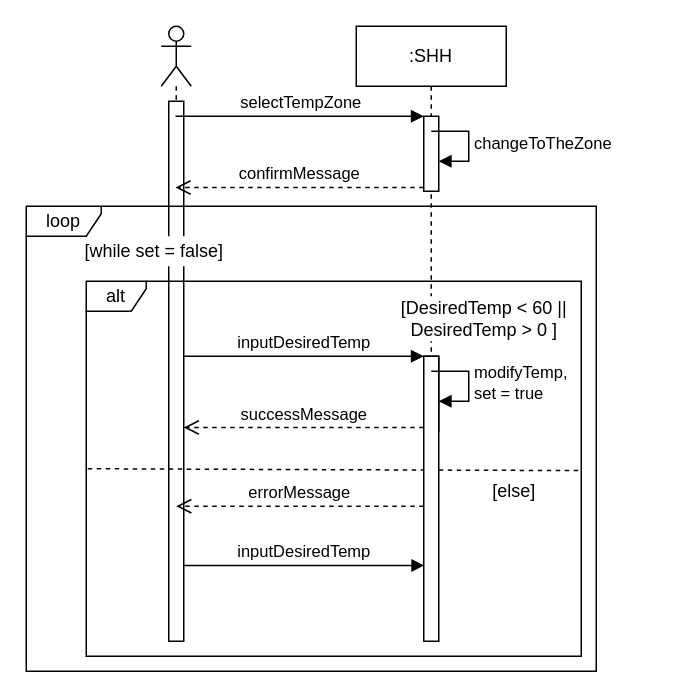
Earlier version of the draw.io diagram page "SetTempForZone/Room" (1 of 2) of diagrams/SequenceDiagramsD3.drawio (DGovi/soen343house). Source tidied: cells renumbered, new cells numbered last; positions are measured from the earlier drawing's top-left corner, leaving out a move shared by most shapes. Both pictures are drawn from the tidied source at 150%, with x=0, y=0 at pixel (26, 26).
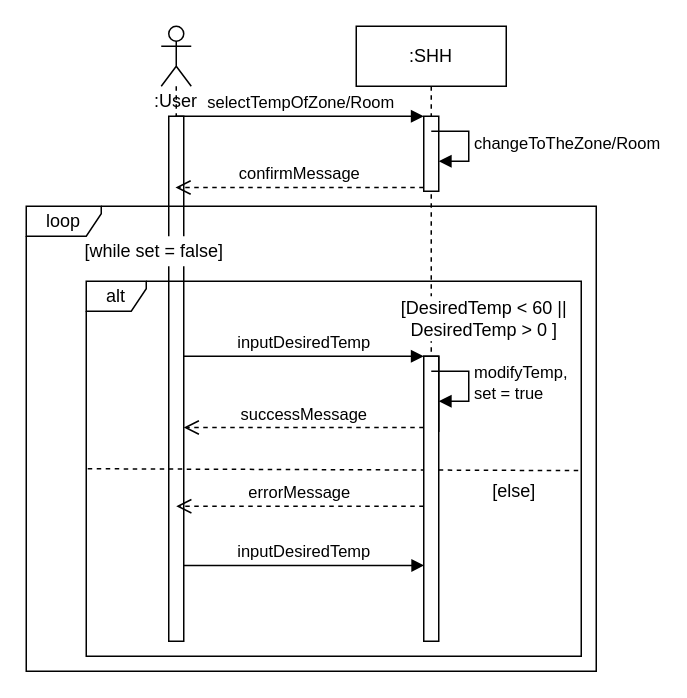
The same page after the edit.

The change refers to these unchanged cells:
```xml
<mxCell id="5" style="html=1;points=[];perimeter=orthogonalPerimeter;" parent="4" vertex="1">
  <mxGeometry x="45" y="60" width="10" height="50" as="geometry" />
</mxCell>
```

Change to the diagram source:
```diff
@@
-    <mxCell id="2" style="shape=umlLifeline;participant=umlActor;perimeter=lifelinePerimeter;whiteSpace=wrap;html=1;verticalAlign=top;spacingTop=36;outlineConnect=0;" parent="1" vertex="1">
+    <mxCell id="2" value=":User" style="shape=umlLifeline;participant=umlActor;perimeter=lifelinePerimeter;whiteSpace=wrap;html=1;verticalAlign=top;spacingTop=36;outlineConnect=0;" parent="1" vertex="1">
       <mxGeometry x="90" width="20" height="410" as="geometry" />
     </mxCell>
     <mxCell id="3" style="html=1;perimeter=orthogonalPerimeter;" parent="2" vertex="1">
-      <mxGeometry x="5" y="50" width="10" height="360" as="geometry" />
+      <mxGeometry x="5" y="60" width="10" height="350" as="geometry" />
     </mxCell>
@@
-    <mxCell id="6" value="selectTempZone" style="html=1;verticalAlign=bottom;endArrow=block;entryX=0;entryY=0;" parent="1" edge="1" source="2" target="5">
+    <mxCell id="6" value="selectTempOfZone/Room" style="html=1;verticalAlign=bottom;endArrow=block;entryX=0;entryY=0;" parent="1" edge="1" source="2" target="5">
       <mxGeometry relative="1" as="geometry" />
     </mxCell>
@@
-    <mxCell id="8" value="changeToTheZone" style="edgeStyle=orthogonalEdgeStyle;html=1;align=left;spacingLeft=2;endArrow=block;rounded=0;entryX=1;entryY=0;" parent="1" edge="1">
+    <mxCell id="8" value="changeToTheZone/Room" style="edgeStyle=orthogonalEdgeStyle;html=1;align=left;spacingLeft=2;endArrow=block;rounded=0;entryX=1;entryY=0;" parent="1" edge="1">
       <mxGeometry relative="1" as="geometry">
         <mxPoint x="270" y="70" as="sourcePoint" />
         <mxPoint x="275" y="90" as="targetPoint" />
         <Array as="points">
           <mxPoint x="295" y="70" />
         </Array>
       </mxGeometry>
     </mxCell>
```
